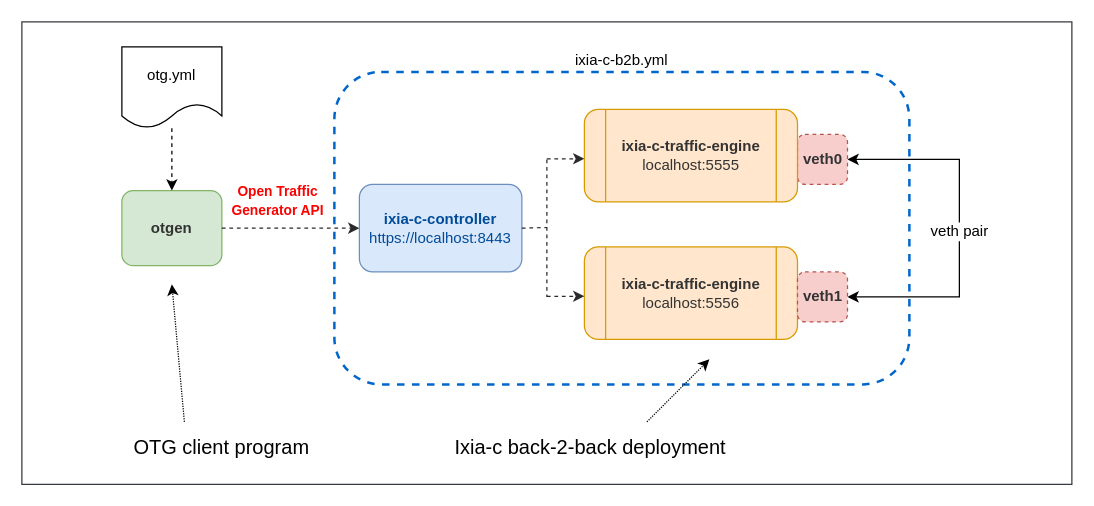
open-traffic-generator/otg-examples keeps this draw.io diagram as page "b2b-otgen" (1 of 11) of drawio/otg-examples.drawio. Above is the earlier version. Source tidied: cells renumbered, new cells numbered last; positions are measured from the earlier drawing's top-left corner, leaving out a move shared by most shapes. Both pictures are drawn from the tidied source at 125%, with x=0, y=0 at pixel (21, 21).
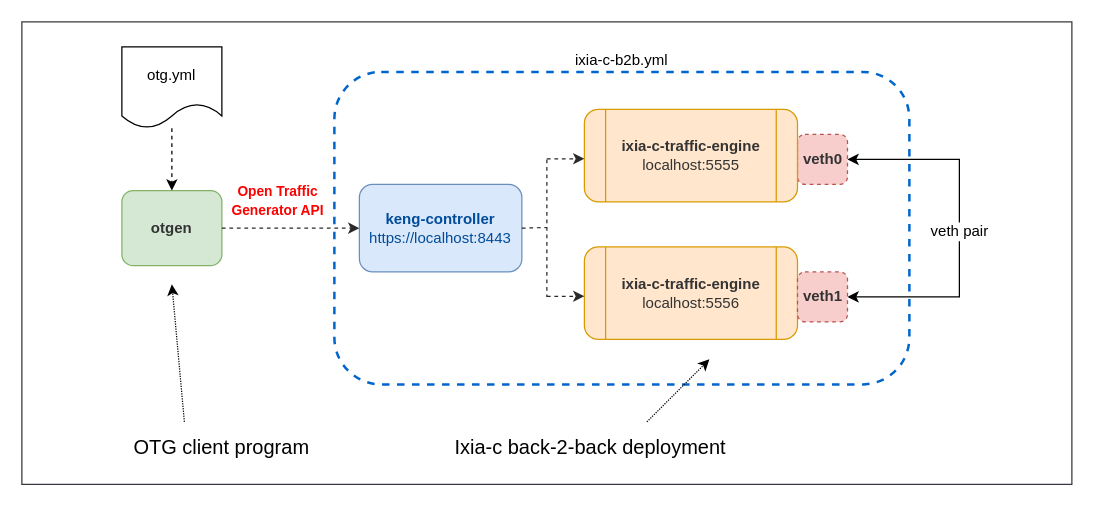
Above is the later version.

The edit, as a diff of the source:
```diff
@@
-    <mxCell id="9" value="&lt;font style=&quot;&quot; color=&quot;#004c99&quot;&gt;&lt;b&gt;ixia-c-controller&lt;/b&gt;&lt;br&gt;https://localhost:8443&lt;br&gt;&lt;/font&gt;" style="rounded=1;whiteSpace=wrap;html=1;fillColor=#dae8fc;strokeColor=#6c8ebf;" parent="1" vertex="1">
+    <mxCell id="9" value="&lt;font style=&quot;&quot; color=&quot;#004c99&quot;&gt;&lt;b&gt;keng-controller&lt;/b&gt;&lt;br&gt;https://localhost:8443&lt;br&gt;&lt;/font&gt;" style="rounded=1;whiteSpace=wrap;html=1;fillColor=#dae8fc;strokeColor=#6c8ebf;" parent="1" vertex="1">
       <mxGeometry x="270" y="130" width="130" height="70" as="geometry" />
     </mxCell>
```
